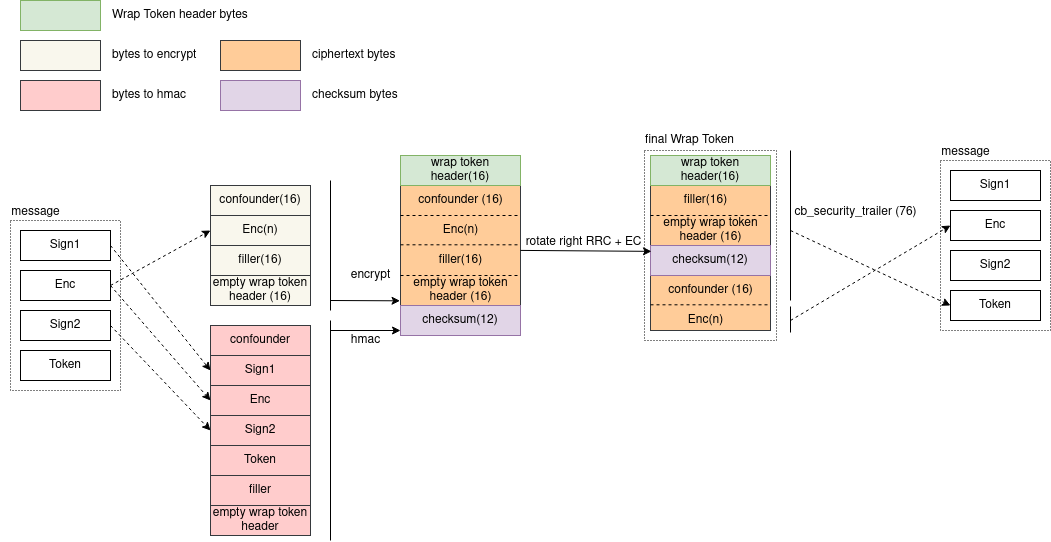
Before: content/posts/rpc-encryption-sspi-kerberos/rpc-encryption-full-diagram.png, a diagram exported from draw.io (TheBestTvarynka/tbt). Source tidied: cells renumbered, new cells last; positions are measured from the earlier drawing's top-left corner, leaving out a move shared by most shapes.
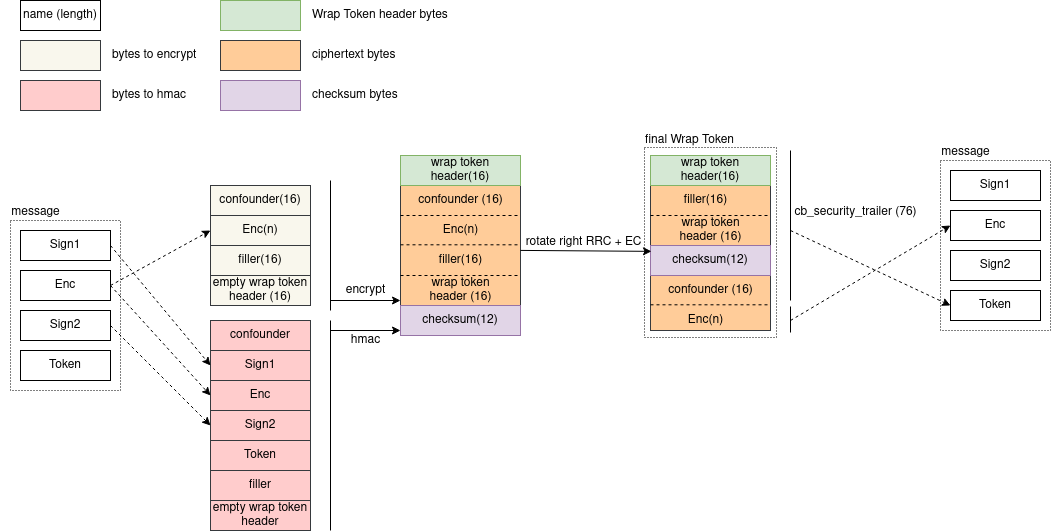
Above is the later version.

Commit message:
feat(rpc-encryption): write some sections. finish code: encryption;

What changed in the source:
```diff
@@ -27,25 +27,25 @@
       <mxGeometry x="210" y="275" width="100" height="30" as="geometry" />
     </mxCell>
     <mxCell id="10" value="confounder" style="rounded=0;whiteSpace=wrap;html=1;fillColor=#ffcccc;strokeColor=#36393d;" parent="1" vertex="1">
-      <mxGeometry x="210" y="325" width="100" height="30" as="geometry" />
+      <mxGeometry x="210" y="320" width="100" height="30" as="geometry" />
     </mxCell>
     <mxCell id="11" value="filler" style="rounded=0;whiteSpace=wrap;html=1;fillColor=#ffcccc;strokeColor=#36393d;" parent="1" vertex="1">
-      <mxGeometry x="210" y="475" width="100" height="30" as="geometry" />
+      <mxGeometry x="210" y="470" width="100" height="30" as="geometry" />
     </mxCell>
     <mxCell id="12" value="empty wrap token header" style="rounded=0;whiteSpace=wrap;html=1;fillColor=#ffcccc;strokeColor=#36393d;" parent="1" vertex="1">
-      <mxGeometry x="210" y="505" width="100" height="30" as="geometry" />
+      <mxGeometry x="210" y="500" width="100" height="30" as="geometry" />
     </mxCell>
     <mxCell id="13" value="Sign1" style="rounded=0;whiteSpace=wrap;html=1;fillColor=#ffcccc;strokeColor=#36393d;" parent="1" vertex="1">
-      <mxGeometry x="210" y="355" width="100" height="30" as="geometry" />
+      <mxGeometry x="210" y="350" width="100" height="30" as="geometry" />
     </mxCell>
     <mxCell id="14" value="Enc" style="rounded=0;whiteSpace=wrap;html=1;fillColor=#ffcccc;strokeColor=#36393d;" parent="1" vertex="1">
-      <mxGeometry x="210" y="385" width="100" height="30" as="geometry" />
+      <mxGeometry x="210" y="380" width="100" height="30" as="geometry" />
     </mxCell>
     <mxCell id="15" value="Sign2" style="rounded=0;whiteSpace=wrap;html=1;fillColor=#ffcccc;strokeColor=#36393d;" parent="1" vertex="1">
-      <mxGeometry x="210" y="415" width="100" height="30" as="geometry" />
+      <mxGeometry x="210" y="410" width="100" height="30" as="geometry" />
     </mxCell>
     <mxCell id="16" value="Token" style="rounded=0;whiteSpace=wrap;html=1;fillColor=#ffcccc;strokeColor=#36393d;" parent="1" vertex="1">
-      <mxGeometry x="210" y="445" width="100" height="30" as="geometry" />
+      <mxGeometry x="210" y="440" width="100" height="30" as="geometry" />
     </mxCell>
     <mxCell id="17" style="endArrow=none;html=1;rounded=0;" parent="1" edge="1">
       <mxGeometry relative="1" as="geometry">
@@ -55,7 +55,7 @@
     </mxCell>
     <mxCell id="18" style="endArrow=none;html=1;rounded=0;" parent="1" edge="1">
       <mxGeometry relative="1" as="geometry">
-        <mxPoint x="330" y="540" as="sourcePoint" />
+        <mxPoint x="330" y="530" as="sourcePoint" />
         <mxPoint x="330" y="320" as="targetPoint" />
       </mxGeometry>
     </mxCell>
@@ -63,7 +63,7 @@
       <mxGeometry x="340" y="325" width="50" height="30" as="geometry" />
     </mxCell>
     <mxCell id="20" value="encrypt" style="text;html=1;align=center;verticalAlign=middle;strokeColor=none;fillColor=none;" parent="1" vertex="1">
-      <mxGeometry x="340" y="260" width="60" height="30" as="geometry" />
+      <mxGeometry x="335" y="275" width="60" height="30" as="geometry" />
     </mxCell>
     <mxCell id="21" style="endArrow=classic;html=1;rounded=0;dashed=1;entryX=0;entryY=0.5;entryDx=0;entryDy=0;exitX=1;exitY=0.5;exitDx=0;exitDy=0;" parent="1" edge="1" source="2" target="13">
       <mxGeometry relative="1" as="geometry" />
@@ -104,8 +104,8 @@
     <mxCell id="31" value="filler(16)" style="text;html=1;align=center;verticalAlign=middle;strokeColor=none;fillColor=none;" parent="1" vertex="1">
       <mxGeometry x="425" y="245" width="70" height="30" as="geometry" />
     </mxCell>
-    <mxCell id="32" value="&lt;div&gt;empty wrap token&lt;/div&gt;&lt;div&gt;header (16)&lt;/div&gt;" style="text;html=1;align=center;verticalAlign=middle;points=[];strokeColor=none;fillColor=none;" parent="1" vertex="1">
-      <mxGeometry x="400" y="270" width="120" height="40" as="geometry" />
+    <mxCell id="32" value="&lt;div&gt;wrap token&lt;/div&gt;&lt;div&gt;header (16)&lt;/div&gt;" style="text;html=1;align=center;verticalAlign=middle;points=[];strokeColor=none;fillColor=none;" parent="1" vertex="1">
+      <mxGeometry x="415" y="270" width="90" height="40" as="geometry" />
     </mxCell>
     <mxCell id="33" value="checksum(12)" style="rounded=0;whiteSpace=wrap;html=1;fillColor=#e1d5e7;strokeColor=#9673a6;" parent="1" vertex="1">
       <mxGeometry x="400" y="305" width="120" height="30" as="geometry" />
@@ -143,8 +143,8 @@
     <mxCell id="41" value="filler(16)" style="text;html=1;align=center;verticalAlign=middle;strokeColor=none;fillColor=none;" parent="1" vertex="1">
       <mxGeometry x="670" y="185" width="70" height="30" as="geometry" />
     </mxCell>
-    <mxCell id="42" value="&lt;div&gt;empty wrap token&lt;/div&gt;&lt;div&gt;header (16)&lt;/div&gt;" style="text;html=1;align=center;verticalAlign=middle;strokeColor=none;fillColor=none;" parent="1" vertex="1">
-      <mxGeometry x="650" y="210" width="120" height="40" as="geometry" />
+    <mxCell id="42" value="wrap token&lt;div&gt;header (16)&lt;/div&gt;" style="text;html=1;align=center;verticalAlign=middle;strokeColor=none;fillColor=none;" parent="1" vertex="1">
+      <mxGeometry x="665" y="210" width="90" height="40" as="geometry" />
     </mxCell>
     <mxCell id="43" value="checksum(12)" style="rounded=0;whiteSpace=wrap;html=1;fillColor=#e1d5e7;strokeColor=#9673a6;" parent="1" vertex="1">
       <mxGeometry x="650" y="245" width="120" height="30" as="geometry" />
@@ -152,9 +152,10 @@
     <mxCell id="44" value="wrap token header(16)" style="rounded=0;whiteSpace=wrap;html=1;fillColor=#d5e8d4;strokeColor=#82b366;" parent="1" vertex="1">
       <mxGeometry x="650" y="155" width="120" height="30" as="geometry" />
     </mxCell>
-    <mxCell id="45" style="endArrow=classic;html=1;rounded=0;entryX=-0.004;entryY=0.758;entryDx=0;entryDy=0;entryPerimeter=0;" parent="1" edge="1" target="32">
+    <mxCell id="45" style="endArrow=classic;html=1;rounded=0;" parent="1" edge="1">
       <mxGeometry relative="1" as="geometry">
         <mxPoint x="330" y="300" as="sourcePoint" />
+        <mxPoint x="400" y="300" as="targetPoint" />
       </mxGeometry>
     </mxCell>
     <mxCell id="46" style="endArrow=classic;html=1;rounded=0;entryX=-0.004;entryY=0.758;entryDx=0;entryDy=0;entryPerimeter=0;" parent="1" edge="1">
@@ -216,7 +217,7 @@
       <mxGeometry y="197" width="70" height="30" as="geometry" />
     </mxCell>
     <mxCell id="60" style="rounded=0;whiteSpace=wrap;html=1;fillColor=none;dashed=1;dashPattern=1 2;" parent="1" vertex="1">
-      <mxGeometry x="644" y="150" width="132" height="190" as="geometry" />
+      <mxGeometry x="644" y="147" width="132" height="190" as="geometry" />
     </mxCell>
     <mxCell id="61" value="final Wrap Token" style="text;html=1;align=center;verticalAlign=middle;strokeColor=none;fillColor=none;" parent="1" vertex="1">
       <mxGeometry x="634" y="125" width="110" height="30" as="geometry" />
@@ -252,10 +253,10 @@
       <mxGeometry x="310" y="80" width="110" height="30" as="geometry" />
     </mxCell>
     <mxCell id="72" style="rounded=0;whiteSpace=wrap;html=1;fillColor=#d5e8d4;strokeColor=#82b366;" parent="1" vertex="1">
-      <mxGeometry x="20" width="80" height="30" as="geometry" />
+      <mxGeometry x="220" width="80" height="30" as="geometry" />
     </mxCell>
     <mxCell id="73" value="Wrap Token header bytes" style="text;html=1;align=left;verticalAlign=middle;strokeColor=none;fillColor=none;" parent="1" vertex="1">
-      <mxGeometry x="110" width="160" height="30" as="geometry" />
+      <mxGeometry x="310" width="160" height="30" as="geometry" />
     </mxCell>
     <mxCell id="74" style="endArrow=none;dashed=1;html=1;rounded=0;exitX=0;exitY=0.25;exitDx=0;exitDy=0;entryX=1;entryY=0.25;entryDx=0;entryDy=0;" parent="1" edge="1">
       <mxGeometry relative="1" as="geometry">
@@ -263,5 +264,8 @@
         <mxPoint x="770" y="304.3" as="targetPoint" />
       </mxGeometry>
     </mxCell>
+    <mxCell id="75" value="name (length)" style="rounded=0;whiteSpace=wrap;html=1;" parent="1" vertex="1">
+      <mxGeometry x="20" width="80" height="30" as="geometry" />
+    </mxCell>
   </root>
 </mxGraphModel>
```
